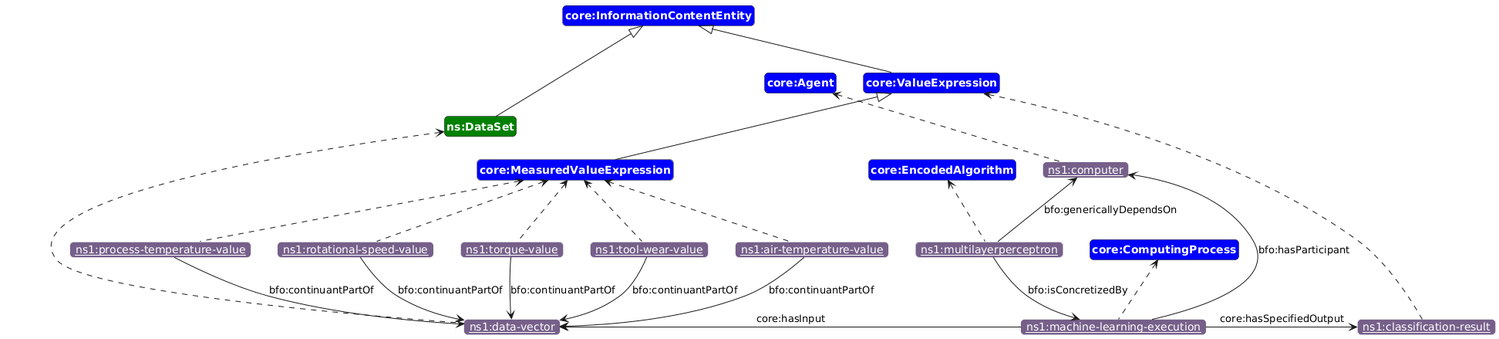
iofoundry/IOF-Core-Pattern-v2 keeps this PlantUML diagram as scenarios/algorithm-execution/images/algorithm-execution-usecase1.png. Above is the earlier version.
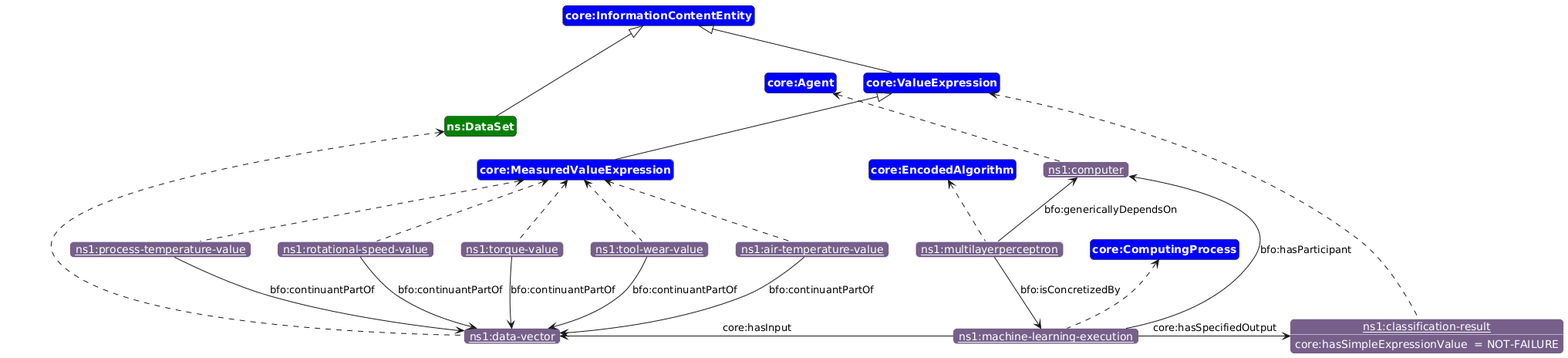
Above is the later version.

Commit message:
updated the diagram to reflect not-failure in text

What changed in the source:
```diff
@@ -30,7 +30,7 @@
 typeOf(o8, c3)
 typeOf(o9, c6)
 typeOf(o10, c4)
-
+data(o6, core:hasSimpleExpressionValue, "NOT-FAILURE")
 property(o1, bfo:continuantPartOf, o9, down)
 property(o2, bfo:continuantPartOf, o9, down)
 property(o3, bfo:continuantPartOf, o9, down)
```
